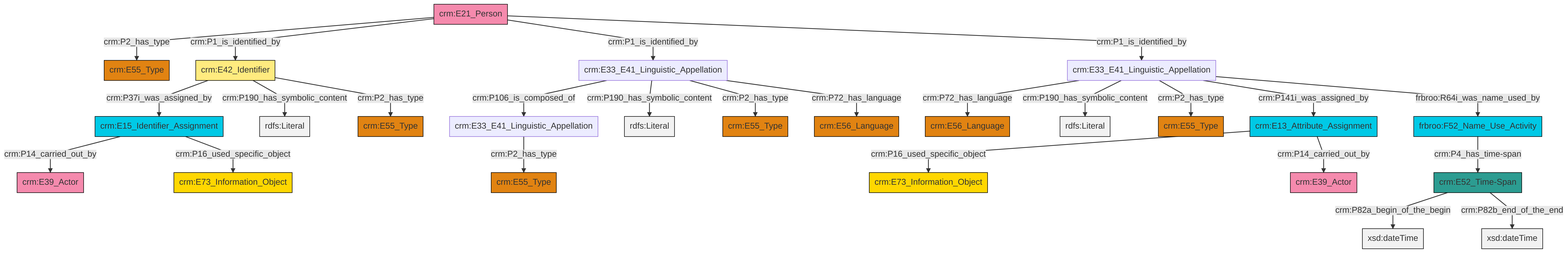
This is et/personCSV/ttl/mmd/png/Person_Names_and_Classification.png from swiss-art-research-net/docs.swissartresearch, a Mermaid export, as it was before one commit. Its source is kept beside it as et/personCSV/ttl/mmd/Person_Names_and_Classification.ttl.mmd. Its diagram source:
```mermaid
graph TD
classDef Literal fill:#f2f2f2,stroke:#000000;
classDef CRM_Entity fill:#FFFFFF,stroke:#000000;
classDef Temporal_Entity fill:#00C9E6, stroke:#000000;
classDef Type fill:#E18312, stroke:#000000;
classDef Time-Span fill:#2C9C91, stroke:#000000;
classDef Appellation fill:#FFEB7F, stroke:#000000;
classDef Place fill:#008836, stroke:#000000;
classDef Persistent_Item fill:#B266B2, stroke:#000000;
classDef Conceptual_Object fill:#FFD700, stroke:#000000;
classDef Physical_Thing fill:#D2B48C, stroke:#000000;
classDef Actor fill:#f58aad, stroke:#000000;
classDef PC_Classes fill:#4ce600, stroke:#000000;
classDef Multi fill:#cccccc,stroke:#000000;

6["crm:E33_E41_Linguistic_Appellation"]:::Default -->|crm:P72_has_language| 7["crm:E56_Language"]:::Type
8["crm:E33_E41_Linguistic_Appellation"]:::Default -->|crm:P106_is_composed_of| 4["crm:E33_E41_Linguistic_Appellation"]:::Default
9["crm:E21_Person"]:::Actor -->|crm:P2_has_type| 10["crm:E55_Type"]:::Type
8["crm:E33_E41_Linguistic_Appellation"]:::Default -->|crm:P190_has_symbolic_content| 11[rdfs:Literal]:::Literal
4["crm:E33_E41_Linguistic_Appellation"]:::Default -->|crm:P2_has_type| 12["crm:E55_Type"]:::Type
15["crm:E13_Attribute_Assignment"]:::Temporal_Entity -->|crm:P16_used_specific_object| 16["crm:E73_Information_Object"]:::Conceptual_Object
6["crm:E33_E41_Linguistic_Appellation"]:::Default -->|crm:P190_has_symbolic_content| 22[rdfs:Literal]:::Literal
23["crm:E42_Identifier"]:::Appellation -->|crm:P37i_was_assigned_by| 17["crm:E15_Identifier_Assignment"]:::Temporal_Entity
9["crm:E21_Person"]:::Actor -->|crm:P1_is_identified_by| 23["crm:E42_Identifier"]:::Appellation
23["crm:E42_Identifier"]:::Appellation -->|crm:P190_has_symbolic_content| 24[rdfs:Literal]:::Literal
9["crm:E21_Person"]:::Actor -->|crm:P1_is_identified_by| 8["crm:E33_E41_Linguistic_Appellation"]:::Default
6["crm:E33_E41_Linguistic_Appellation"]:::Default -->|crm:P2_has_type| 34["crm:E55_Type"]:::Type
15["crm:E13_Attribute_Assignment"]:::Temporal_Entity -->|crm:P14_carried_out_by| 28["crm:E39_Actor"]:::Actor
9["crm:E21_Person"]:::Actor -->|crm:P1_is_identified_by| 6["crm:E33_E41_Linguistic_Appellation"]:::Default
6["crm:E33_E41_Linguistic_Appellation"]:::Default -->|crm:P141i_was_assigned_by| 15["crm:E13_Attribute_Assignment"]:::Temporal_Entity
6["crm:E33_E41_Linguistic_Appellation"]:::Default -->|frbroo:R64i_was_name_used_by| 19["frbroo:F52_Name_Use_Activity"]:::Temporal_Entity
17["crm:E15_Identifier_Assignment"]:::Temporal_Entity -->|crm:P14_carried_out_by| 30["crm:E39_Actor"]:::Actor
23["crm:E42_Identifier"]:::Appellation -->|crm:P2_has_type| 2["crm:E55_Type"]:::Type
39["crm:E52_Time-Span"]:::Time-Span -->|crm:P82a_begin_of_the_begin| 41[xsd:dateTime]:::Literal
17["crm:E15_Identifier_Assignment"]:::Temporal_Entity -->|crm:P16_used_specific_object| 13["crm:E73_Information_Object"]:::Conceptual_Object
8["crm:E33_E41_Linguistic_Appellation"]:::Default -->|crm:P2_has_type| 26["crm:E55_Type"]:::Type
8["crm:E33_E41_Linguistic_Appellation"]:::Default -->|crm:P72_has_language| 0["crm:E56_Language"]:::Type
19["frbroo:F52_Name_Use_Activity"]:::Temporal_Entity -->|crm:P4_has_time-span| 39["crm:E52_Time-Span"]:::Time-Span
39["crm:E52_Time-Span"]:::Time-Span -->|crm:P82b_end_of_the_end| 46[xsd:dateTime]:::Literal
```
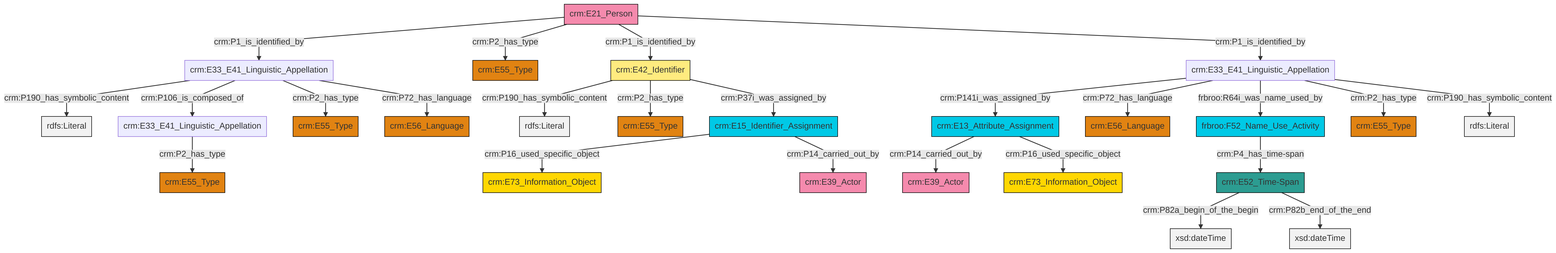
Later version of the same file.

Change to the diagram source:
```diff
@@ -13,27 +13,27 @@
 classDef PC_Classes fill:#4ce600, stroke:#000000;
 classDef Multi fill:#cccccc,stroke:#000000;
 
-6["crm:E33_E41_Linguistic_Appellation"]:::Default -->|crm:P72_has_language| 7["crm:E56_Language"]:::Type
-8["crm:E33_E41_Linguistic_Appellation"]:::Default -->|crm:P106_is_composed_of| 4["crm:E33_E41_Linguistic_Appellation"]:::Default
-9["crm:E21_Person"]:::Actor -->|crm:P2_has_type| 10["crm:E55_Type"]:::Type
-8["crm:E33_E41_Linguistic_Appellation"]:::Default -->|crm:P190_has_symbolic_content| 11[rdfs:Literal]:::Literal
-4["crm:E33_E41_Linguistic_Appellation"]:::Default -->|crm:P2_has_type| 12["crm:E55_Type"]:::Type
-15["crm:E13_Attribute_Assignment"]:::Temporal_Entity -->|crm:P16_used_specific_object| 16["crm:E73_Information_Object"]:::Conceptual_Object
-6["crm:E33_E41_Linguistic_Appellation"]:::Default -->|crm:P190_has_symbolic_content| 22[rdfs:Literal]:::Literal
-23["crm:E42_Identifier"]:::Appellation -->|crm:P37i_was_assigned_by| 17["crm:E15_Identifier_Assignment"]:::Temporal_Entity
-9["crm:E21_Person"]:::Actor -->|crm:P1_is_identified_by| 23["crm:E42_Identifier"]:::Appellation
-23["crm:E42_Identifier"]:::Appellation -->|crm:P190_has_symbolic_content| 24[rdfs:Literal]:::Literal
-9["crm:E21_Person"]:::Actor -->|crm:P1_is_identified_by| 8["crm:E33_E41_Linguistic_Appellation"]:::Default
-6["crm:E33_E41_Linguistic_Appellation"]:::Default -->|crm:P2_has_type| 34["crm:E55_Type"]:::Type
-15["crm:E13_Attribute_Assignment"]:::Temporal_Entity -->|crm:P14_carried_out_by| 28["crm:E39_Actor"]:::Actor
-9["crm:E21_Person"]:::Actor -->|crm:P1_is_identified_by| 6["crm:E33_E41_Linguistic_Appellation"]:::Default
-6["crm:E33_E41_Linguistic_Appellation"]:::Default -->|crm:P141i_was_assigned_by| 15["crm:E13_Attribute_Assignment"]:::Temporal_Entity
-6["crm:E33_E41_Linguistic_Appellation"]:::Default -->|frbroo:R64i_was_name_used_by| 19["frbroo:F52_Name_Use_Activity"]:::Temporal_Entity
-17["crm:E15_Identifier_Assignment"]:::Temporal_Entity -->|crm:P14_carried_out_by| 30["crm:E39_Actor"]:::Actor
-23["crm:E42_Identifier"]:::Appellation -->|crm:P2_has_type| 2["crm:E55_Type"]:::Type
-39["crm:E52_Time-Span"]:::Time-Span -->|crm:P82a_begin_of_the_begin| 41[xsd:dateTime]:::Literal
-17["crm:E15_Identifier_Assignment"]:::Temporal_Entity -->|crm:P16_used_specific_object| 13["crm:E73_Information_Object"]:::Conceptual_Object
-8["crm:E33_E41_Linguistic_Appellation"]:::Default -->|crm:P2_has_type| 26["crm:E55_Type"]:::Type
-8["crm:E33_E41_Linguistic_Appellation"]:::Default -->|crm:P72_has_language| 0["crm:E56_Language"]:::Type
-19["frbroo:F52_Name_Use_Activity"]:::Temporal_Entity -->|crm:P4_has_time-span| 39["crm:E52_Time-Span"]:::Time-Span
-39["crm:E52_Time-Span"]:::Time-Span -->|crm:P82b_end_of_the_end| 46[xsd:dateTime]:::Literal
+4["crm:E33_E41_Linguistic_Appellation"]:::Default -->|crm:P141i_was_assigned_by| 5["crm:E13_Attribute_Assignment"]:::Temporal_Entity
+10["crm:E52_Time-Span"]:::Time-Span -->|crm:P82a_begin_of_the_begin| 11[xsd:dateTime]:::Literal
+13["crm:E21_Person"]:::Actor -->|crm:P1_is_identified_by| 14["crm:E33_E41_Linguistic_Appellation"]:::Default
+13["crm:E21_Person"]:::Actor -->|crm:P2_has_type| 15["crm:E55_Type"]:::Type
+14["crm:E33_E41_Linguistic_Appellation"]:::Default -->|crm:P190_has_symbolic_content| 17[rdfs:Literal]:::Literal
+5["crm:E13_Attribute_Assignment"]:::Temporal_Entity -->|crm:P14_carried_out_by| 22["crm:E39_Actor"]:::Actor
+18["crm:E42_Identifier"]:::Appellation -->|crm:P190_has_symbolic_content| 26[rdfs:Literal]:::Literal
+4["crm:E33_E41_Linguistic_Appellation"]:::Default -->|crm:P72_has_language| 27["crm:E56_Language"]:::Type
+0["crm:E15_Identifier_Assignment"]:::Temporal_Entity -->|crm:P16_used_specific_object| 20["crm:E73_Information_Object"]:::Conceptual_Object
+29["frbroo:F52_Name_Use_Activity"]:::Temporal_Entity -->|crm:P4_has_time-span| 10["crm:E52_Time-Span"]:::Time-Span
+18["crm:E42_Identifier"]:::Appellation -->|crm:P2_has_type| 30["crm:E55_Type"]:::Type
+13["crm:E21_Person"]:::Actor -->|crm:P1_is_identified_by| 18["crm:E42_Identifier"]:::Appellation
+5["crm:E13_Attribute_Assignment"]:::Temporal_Entity -->|crm:P16_used_specific_object| 32["crm:E73_Information_Object"]:::Conceptual_Object
+14["crm:E33_E41_Linguistic_Appellation"]:::Default -->|crm:P106_is_composed_of| 8["crm:E33_E41_Linguistic_Appellation"]:::Default
+10["crm:E52_Time-Span"]:::Time-Span -->|crm:P82b_end_of_the_end| 37[xsd:dateTime]:::Literal
+18["crm:E42_Identifier"]:::Appellation -->|crm:P37i_was_assigned_by| 0["crm:E15_Identifier_Assignment"]:::Temporal_Entity
+13["crm:E21_Person"]:::Actor -->|crm:P1_is_identified_by| 4["crm:E33_E41_Linguistic_Appellation"]:::Default
+4["crm:E33_E41_Linguistic_Appellation"]:::Default -->|frbroo:R64i_was_name_used_by| 29["frbroo:F52_Name_Use_Activity"]:::Temporal_Entity
+14["crm:E33_E41_Linguistic_Appellation"]:::Default -->|crm:P2_has_type| 2["crm:E55_Type"]:::Type
+0["crm:E15_Identifier_Assignment"]:::Temporal_Entity -->|crm:P14_carried_out_by| 23["crm:E39_Actor"]:::Actor
+4["crm:E33_E41_Linguistic_Appellation"]:::Default -->|crm:P2_has_type| 33["crm:E55_Type"]:::Type
+8["crm:E33_E41_Linguistic_Appellation"]:::Default -->|crm:P2_has_type| 38["crm:E55_Type"]:::Type
+14["crm:E33_E41_Linguistic_Appellation"]:::Default -->|crm:P72_has_language| 35["crm:E56_Language"]:::Type
+4["crm:E33_E41_Linguistic_Appellation"]:::Default -->|crm:P190_has_symbolic_content| 45[rdfs:Literal]:::Literal
```
